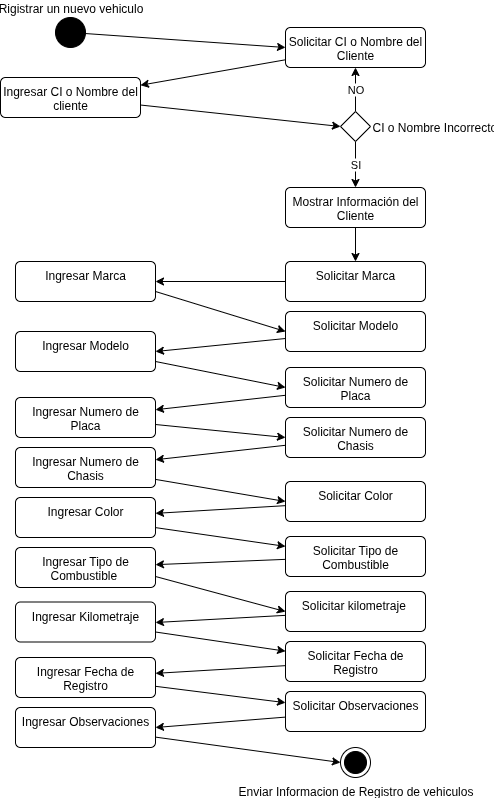
Above: SWGT/Diagramde actividaes/3/Diagrama sin título.drawio.png in ARCANIK78/-draw-software-architecture (draw.io), before the change. Source tidied: cells renumbered, new cells last; positions are measured from the earlier drawing's top-left corner, leaving out a move shared by most shapes.
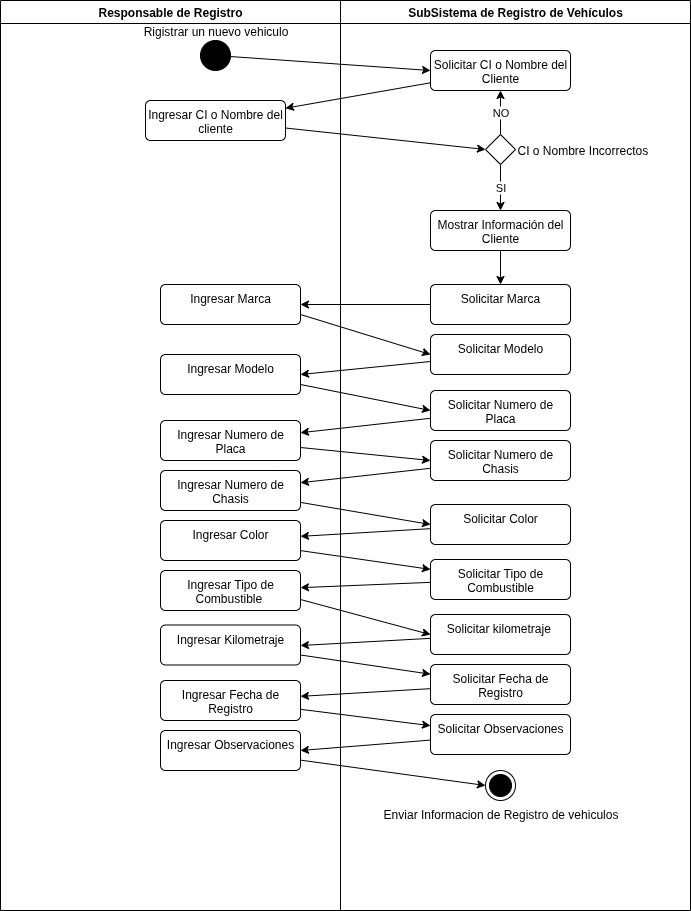
The same file after the commit.

Diff of the diagram source:
```diff
@@ -151,5 +151,11 @@
     <mxCell id="49" value="Ingresar Observaciones" style="html=1;align=center;verticalAlign=top;rounded=1;absoluteArcSize=1;arcSize=10;dashed=0;whiteSpace=wrap;" parent="1" vertex="1">
       <mxGeometry x="15" y="690" width="140" height="40" as="geometry" />
     </mxCell>
+    <mxCell id="50" value="Responsable de Registro" style="swimlane;whiteSpace=wrap;html=1;" parent="1" vertex="1">
+      <mxGeometry x="-145" y="-40" width="340" height="910" as="geometry" />
+    </mxCell>
+    <mxCell id="51" value="SubSistema de Registro de Vehículos" style="swimlane;whiteSpace=wrap;html=1;" parent="1" vertex="1">
+      <mxGeometry x="195" y="-40" width="350" height="910" as="geometry" />
+    </mxCell>
   </root>
 </mxGraphModel>
```
